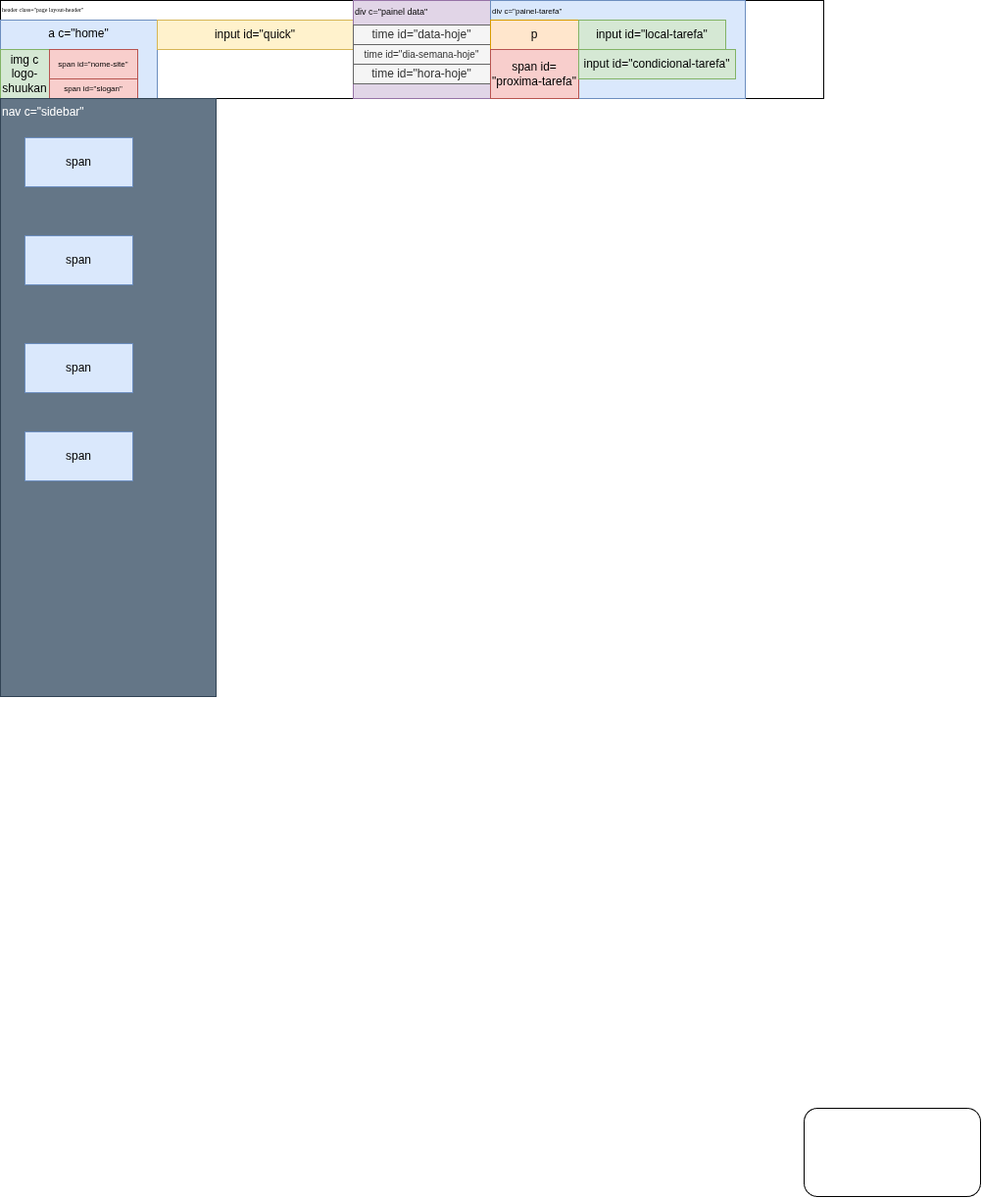
This is sketch.drawio.png from shoitixp/shuukan, a draw.io export, as it was before one commit. Source tidied: cells renumbered, new cells last; positions are measured from the earlier drawing's top-left corner, leaving out a move shared by most shapes.
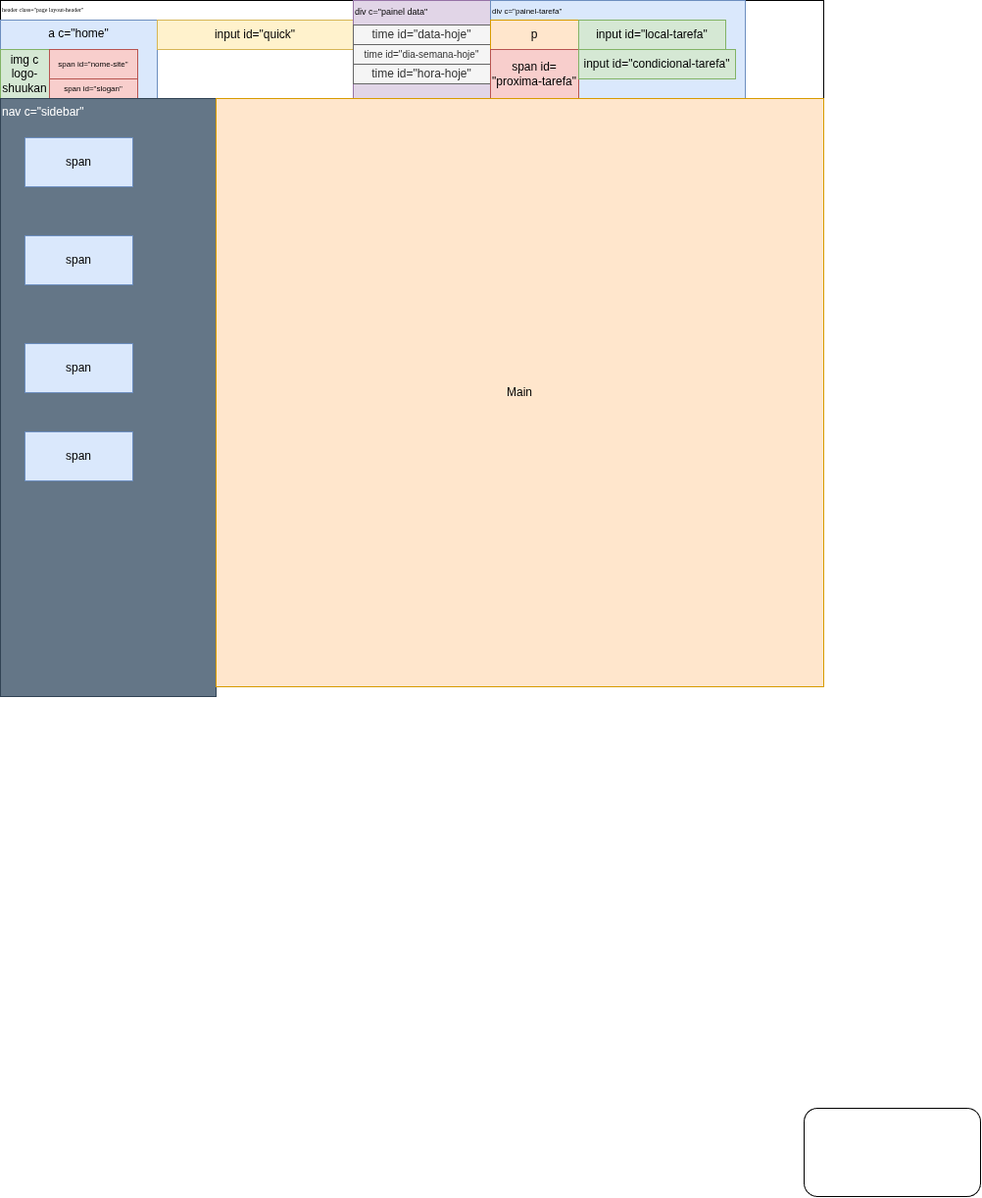
Later version of the same file.

Change to the diagram source:
```diff
@@ -65,5 +65,8 @@
     <mxCell id="22" value="span" style="text;html=1;whiteSpace=wrap;strokeColor=#6c8ebf;fillColor=#dae8fc;align=center;verticalAlign=middle;rounded=0;" parent="1" vertex="1">
       <mxGeometry x="25" y="440" width="110" height="50" as="geometry" />
     </mxCell>
+    <mxCell id="23" value="Main" style="text;html=1;whiteSpace=wrap;strokeColor=#d79b00;fillColor=#ffe6cc;align=center;verticalAlign=middle;rounded=0;" parent="1" vertex="1">
+      <mxGeometry x="220" y="100" width="620" height="600" as="geometry" />
+    </mxCell>
   </root>
 </mxGraphModel>
```
